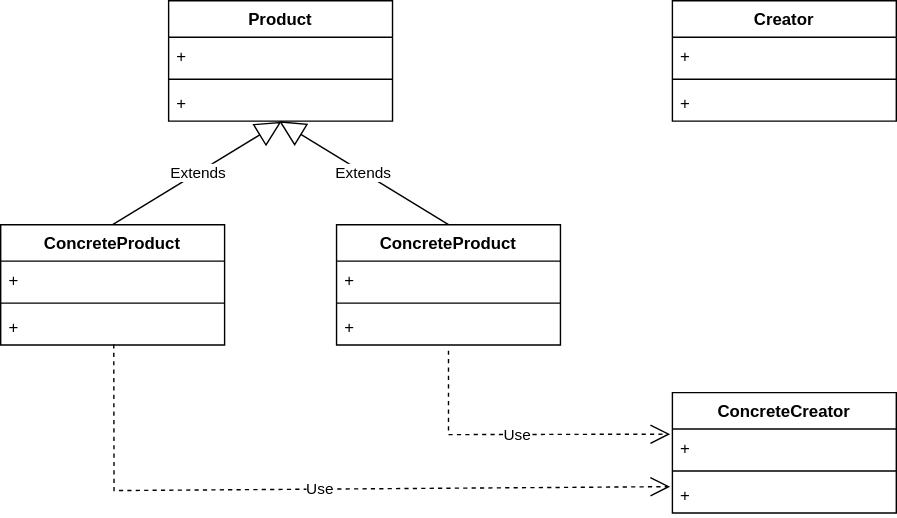
Earlier version of the draw.io export app/src/main/resources/factory_method/FactoryMethod_ClassDiagram.drawio.svg (jongHyeon0000/DesignPattern-example). Source tidied: cells renumbered, new cells last; positions are measured from the earlier drawing's top-left corner, leaving out a move shared by most shapes.
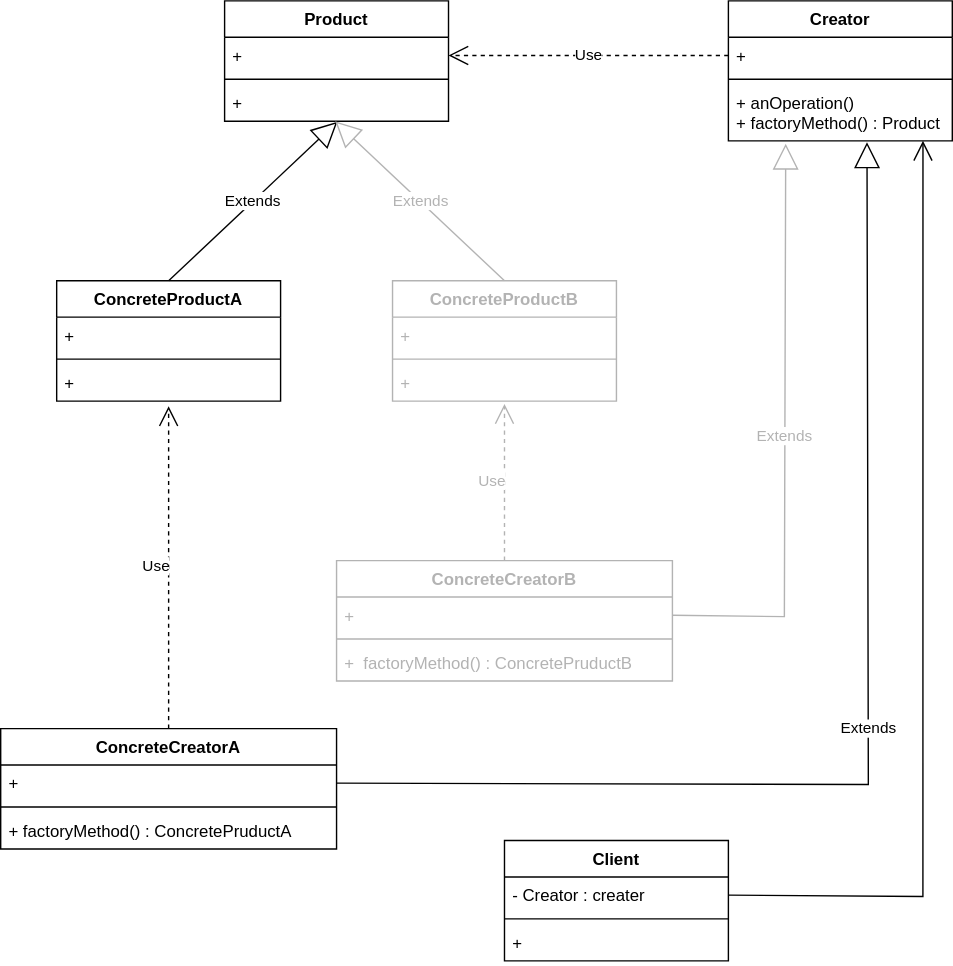
Later version of the same file.

Change to the diagram source:
```diff
@@ -3,7 +3,7 @@
     <mxCell id="0" />
     <mxCell id="1" parent="0" />
     <mxCell id="2" value="Product" style="swimlane;fontStyle=1;align=center;verticalAlign=top;horizontal=1;startSize=26;" parent="1" vertex="1">
-      <mxGeometry x="120" width="160" height="86" as="geometry" />
+      <mxGeometry x="120" y="-40" width="160" height="86" as="geometry" />
     </mxCell>
     <mxCell id="3" value="+ " style="text;strokeColor=none;fillColor=none;align=left;verticalAlign=top;spacingLeft=4;spacingRight=4;overflow=hidden;points=[[0,0.5],[1,0.5]];portConstraint=eastwest;" parent="2" vertex="1">
       <mxGeometry y="26" width="160" height="26" as="geometry" />
@@ -14,7 +14,7 @@
     <mxCell id="5" value="+&#10;" style="text;strokeColor=none;fillColor=none;align=left;verticalAlign=top;spacingLeft=4;spacingRight=4;overflow=hidden;points=[[0,0.5],[1,0.5]];portConstraint=eastwest;" parent="2" vertex="1">
       <mxGeometry y="60" width="160" height="26" as="geometry" />
     </mxCell>
-    <mxCell id="6" value="ConcreteProduct" style="swimlane;fontStyle=1;align=center;verticalAlign=top;horizontal=1;startSize=26;" parent="1" vertex="1">
+    <mxCell id="6" value="ConcreteProductA" style="swimlane;fontStyle=1;align=center;verticalAlign=top;horizontal=1;startSize=26;" parent="1" vertex="1">
       <mxGeometry y="160" width="160" height="86" as="geometry" />
     </mxCell>
     <mxCell id="7" value="+ " style="text;strokeColor=none;fillColor=none;align=left;verticalAlign=top;spacingLeft=4;spacingRight=4;overflow=hidden;" parent="6" vertex="1">
@@ -30,7 +30,7 @@
       <mxGeometry relative="1" as="geometry" />
     </mxCell>
     <mxCell id="11" value="Creator" style="swimlane;fontStyle=1;align=center;verticalAlign=top;horizontal=1;startSize=26;" parent="1" vertex="1">
-      <mxGeometry x="480" width="160" height="86" as="geometry" />
+      <mxGeometry x="480" y="-40" width="160" height="100" as="geometry" />
     </mxCell>
     <mxCell id="12" value="+ " style="text;strokeColor=none;fillColor=none;align=left;verticalAlign=top;spacingLeft=4;spacingRight=4;overflow=hidden;points=[[0,0.5],[1,0.5]];portConstraint=eastwest;" parent="11" vertex="1">
       <mxGeometry y="26" width="160" height="26" as="geometry" />
@@ -38,50 +38,89 @@
     <mxCell id="13" style="line;strokeWidth=1;fillColor=none;align=left;verticalAlign=middle;spacingTop=-1;spacingLeft=3;spacingRight=3;labelPosition=right;" parent="11" vertex="1">
       <mxGeometry y="52" width="160" height="8" as="geometry" />
     </mxCell>
-    <mxCell id="14" value="+&#10;" style="text;strokeColor=none;fillColor=none;align=left;verticalAlign=top;spacingLeft=4;spacingRight=4;overflow=hidden;points=[[0,0.5],[1,0.5]];portConstraint=eastwest;" parent="11" vertex="1">
-      <mxGeometry y="60" width="160" height="26" as="geometry" />
+    <mxCell id="14" value="+ anOperation()&#10;+ factoryMethod() : Product" style="text;strokeColor=none;fillColor=none;align=left;verticalAlign=top;spacingLeft=4;spacingRight=4;overflow=hidden;points=[[0,0.5],[1,0.5]];portConstraint=eastwest;" parent="11" vertex="1">
+      <mxGeometry y="60" width="160" height="40" as="geometry" />
     </mxCell>
-    <mxCell id="15" value="ConcreteCreator" style="swimlane;fontStyle=1;align=center;verticalAlign=top;horizontal=1;startSize=26;" parent="1" vertex="1">
-      <mxGeometry x="480" y="280" width="160" height="86" as="geometry" />
-    </mxCell>
-    <mxCell id="16" value="+ " style="text;strokeColor=none;fillColor=none;align=left;verticalAlign=top;spacingLeft=4;spacingRight=4;overflow=hidden;points=[[0,0.5],[1,0.5]];portConstraint=eastwest;" parent="15" vertex="1">
-      <mxGeometry y="26" width="160" height="26" as="geometry" />
-    </mxCell>
-    <mxCell id="17" style="line;strokeWidth=1;fillColor=none;align=left;verticalAlign=middle;spacingTop=-1;spacingLeft=3;spacingRight=3;labelPosition=right;" parent="15" vertex="1">
-      <mxGeometry y="52" width="160" height="8" as="geometry" />
-    </mxCell>
-    <mxCell id="18" value="+&#10;" style="text;strokeColor=none;fillColor=none;align=left;verticalAlign=top;spacingLeft=4;spacingRight=4;overflow=hidden;points=[[0,0.5],[1,0.5]];portConstraint=eastwest;" parent="15" vertex="1">
-      <mxGeometry y="60" width="160" height="26" as="geometry" />
-    </mxCell>
-    <mxCell id="19" value="ConcreteProduct" style="swimlane;fontStyle=1;align=center;verticalAlign=top;horizontal=1;startSize=26;" parent="1" vertex="1">
+    <mxCell id="19" value="ConcreteProductB" style="swimlane;fontStyle=1;align=center;verticalAlign=top;horizontal=1;startSize=26;shadow=0;swimlaneLine=1;fillOpacity=100;strokeColor=#B3B3B3;fontColor=#B3B3B3;" parent="1" vertex="1">
       <mxGeometry x="240" y="160" width="160" height="86" as="geometry" />
     </mxCell>
-    <mxCell id="20" value="+ " style="text;strokeColor=none;fillColor=none;align=left;verticalAlign=top;spacingLeft=4;spacingRight=4;overflow=hidden;" parent="19" vertex="1">
+    <mxCell id="20" value="+ " style="text;strokeColor=none;fillColor=none;align=left;verticalAlign=top;spacingLeft=4;spacingRight=4;overflow=hidden;fontColor=#B3B3B3;" parent="19" vertex="1">
       <mxGeometry y="26" width="160" height="26" as="geometry" />
     </mxCell>
-    <mxCell id="21" style="line;strokeWidth=1;fillColor=none;align=left;verticalAlign=middle;spacingTop=-1;spacingLeft=3;spacingRight=3;labelPosition=right;" parent="19" vertex="1">
+    <mxCell id="21" style="line;strokeWidth=1;fillColor=none;align=left;verticalAlign=middle;spacingTop=-1;spacingLeft=3;spacingRight=3;labelPosition=right;fontColor=#B3B3B3;strokeColor=#B3B3B3;" parent="19" vertex="1">
       <mxGeometry y="52" width="160" height="8" as="geometry" />
     </mxCell>
-    <mxCell id="22" value="+&#10;" style="text;strokeColor=none;fillColor=none;align=left;verticalAlign=top;spacingLeft=4;spacingRight=4;overflow=hidden;points=[[0,0.5],[1,0.5]];portConstraint=eastwest;" parent="19" vertex="1">
+    <mxCell id="22" value="+&#10;" style="text;strokeColor=none;fillColor=none;align=left;verticalAlign=top;spacingLeft=4;spacingRight=4;overflow=hidden;points=[[0,0.5],[1,0.5]];portConstraint=eastwest;fontColor=#B3B3B3;" parent="19" vertex="1">
       <mxGeometry y="60" width="160" height="26" as="geometry" />
     </mxCell>
-    <mxCell id="23" value="Extends" style="endArrow=block;endSize=16;endFill=0;html=1;rounded=0;exitX=0.5;exitY=0;exitDx=0;exitDy=0;entryX=0.494;entryY=1;entryDx=0;entryDy=0;entryPerimeter=0;" parent="1" edge="1" source="19" target="5">
+    <mxCell id="23" value="Extends" style="endArrow=block;endSize=16;endFill=0;html=1;rounded=0;exitX=0.5;exitY=0;exitDx=0;exitDy=0;entryX=0.494;entryY=1;entryDx=0;entryDy=0;entryPerimeter=0;shadow=0;swimlaneLine=1;fillOpacity=100;strokeColor=#B3B3B3;fontColor=#B3B3B3;" parent="1" edge="1" source="19" target="5">
       <mxGeometry relative="1" as="geometry" />
     </mxCell>
-    <mxCell id="24" value="Use" style="endArrow=open;endSize=12;dashed=1;html=1;rounded=0;exitX=0.505;exitY=0.981;exitDx=0;exitDy=0;exitPerimeter=0;entryX=-0.01;entryY=0.276;entryDx=0;entryDy=0;entryPerimeter=0;" parent="1" edge="1" source="9" target="18">
-      <mxGeometry relative="1" as="geometry">
-        <Array as="points">
-          <mxPoint x="81" y="350" />
-        </Array>
-      </mxGeometry>
+    <mxCell id="24" value="Use" style="endArrow=open;endSize=12;dashed=1;html=1;rounded=0;entryX=0.5;entryY=1.141;entryDx=0;entryDy=0;entryPerimeter=0;startArrow=none;exitX=0.5;exitY=0;exitDx=0;exitDy=0;" parent="1" edge="1" source="15" target="9">
+      <mxGeometry x="0.01" y="9" relative="1" as="geometry" />
     </mxCell>
-    <mxCell id="25" value="Use" style="endArrow=open;endSize=12;dashed=1;html=1;rounded=0;entryX=-0.01;entryY=0.141;entryDx=0;entryDy=0;entryPerimeter=0;" parent="1" edge="1" target="16">
-      <mxGeometry relative="1" as="geometry">
-        <mxPoint x="320" y="250" as="sourcePoint" />
-        <Array as="points">
-          <mxPoint x="320" y="310" />
-        </Array>
-      </mxGeometry>
-    </mxCell>
+    <mxCell id="26" value="Use" style="endArrow=open;endSize=12;dashed=1;html=1;rounded=0;entryX=1;entryY=0.5;entryDx=0;entryDy=0;exitX=0;exitY=0.5;exitDx=0;exitDy=0;" parent="1" edge="1" source="12" target="3">
+      <mxGeometry relative="1" as="geometry" />
+    </mxCell>
+    <mxCell id="27" value="Extends" style="endArrow=block;endSize=16;endFill=0;html=1;rounded=0;exitX=1;exitY=0.5;exitDx=0;exitDy=0;entryX=0.256;entryY=1.05;entryDx=0;entryDy=0;entryPerimeter=0;shadow=0;swimlaneLine=1;fillOpacity=100;strokeColor=#B3B3B3;fontColor=#B3B3B3;" parent="1" edge="1" source="29" target="14">
+      <mxGeometry relative="1" as="geometry">
+        <Array as="points">
+          <mxPoint x="520" y="400" />
+        </Array>
+      </mxGeometry>
+    </mxCell>
+    <mxCell id="15" value="ConcreteCreatorA" style="swimlane;fontStyle=1;align=center;verticalAlign=top;horizontal=1;startSize=26;" parent="1" vertex="1">
+      <mxGeometry x="-40" y="480" width="240" height="86" as="geometry" />
+    </mxCell>
+    <mxCell id="16" value="+ " style="text;strokeColor=none;fillColor=none;align=left;verticalAlign=top;spacingLeft=4;spacingRight=4;overflow=hidden;points=[[0,0.5],[1,0.5]];portConstraint=eastwest;" parent="15" vertex="1">
+      <mxGeometry y="26" width="240" height="26" as="geometry" />
+    </mxCell>
+    <mxCell id="17" style="line;strokeWidth=1;fillColor=none;align=left;verticalAlign=middle;spacingTop=-1;spacingLeft=3;spacingRight=3;labelPosition=right;" parent="15" vertex="1">
+      <mxGeometry y="52" width="240" height="8" as="geometry" />
+    </mxCell>
+    <mxCell id="18" value="+ factoryMethod() : ConcretePruductA&#10;" style="text;strokeColor=none;fillColor=none;align=left;verticalAlign=top;spacingLeft=4;spacingRight=4;overflow=hidden;points=[[0,0.5],[1,0.5]];portConstraint=eastwest;" parent="15" vertex="1">
+      <mxGeometry y="60" width="240" height="26" as="geometry" />
+    </mxCell>
+    <mxCell id="28" value="ConcreteCreatorB" style="swimlane;fontStyle=1;align=center;verticalAlign=top;horizontal=1;startSize=26;shadow=0;swimlaneLine=1;fillOpacity=100;strokeColor=#B3B3B3;fontColor=#B3B3B3;" parent="1" vertex="1">
+      <mxGeometry x="200" y="360" width="240" height="86" as="geometry" />
+    </mxCell>
+    <mxCell id="29" value="+ " style="text;strokeColor=none;fillColor=none;align=left;verticalAlign=top;spacingLeft=4;spacingRight=4;overflow=hidden;points=[[0,0.5],[1,0.5]];portConstraint=eastwest;fontColor=#B3B3B3;" parent="28" vertex="1">
+      <mxGeometry y="26" width="240" height="26" as="geometry" />
+    </mxCell>
+    <mxCell id="30" style="line;strokeWidth=1;fillColor=none;align=left;verticalAlign=middle;spacingTop=-1;spacingLeft=3;spacingRight=3;labelPosition=right;fontColor=#B3B3B3;strokeColor=#B3B3B3;" parent="28" vertex="1">
+      <mxGeometry y="52" width="240" height="8" as="geometry" />
+    </mxCell>
+    <mxCell id="31" value="+  factoryMethod() : ConcretePruductB&#10;" style="text;strokeColor=none;fillColor=none;align=left;verticalAlign=top;spacingLeft=4;spacingRight=4;overflow=hidden;fontColor=#B3B3B3;" parent="28" vertex="1">
+      <mxGeometry y="60" width="240" height="26" as="geometry" />
+    </mxCell>
+    <mxCell id="32" value="Use" style="endArrow=open;endSize=12;dashed=1;html=1;rounded=0;entryX=0.5;entryY=1.077;entryDx=0;entryDy=0;entryPerimeter=0;startArrow=none;exitX=0.5;exitY=0;exitDx=0;exitDy=0;shadow=0;swimlaneLine=1;fillOpacity=100;strokeColor=#B3B3B3;fontColor=#B3B3B3;" parent="1" edge="1" source="28" target="22">
+      <mxGeometry x="0.01" y="9" relative="1" as="geometry" />
+    </mxCell>
+    <mxCell id="33" value="Extends" style="endArrow=block;endSize=16;endFill=0;html=1;rounded=0;exitX=1;exitY=0.5;exitDx=0;exitDy=0;entryX=0.619;entryY=1.025;entryDx=0;entryDy=0;entryPerimeter=0;" parent="1" edge="1" source="16" target="14">
+      <mxGeometry relative="1" as="geometry">
+        <Array as="points">
+          <mxPoint x="580" y="520" />
+        </Array>
+      </mxGeometry>
+    </mxCell>
+    <mxCell id="34" style="endArrow=open;endFill=1;endSize=12;html=1;rounded=0;entryX=0.869;entryY=1;entryDx=0;entryDy=0;entryPerimeter=0;exitX=1;exitY=0.5;exitDx=0;exitDy=0;" parent="1" edge="1" source="36" target="14">
+      <mxGeometry relative="1" as="geometry">
+        <Array as="points">
+          <mxPoint x="619" y="600" />
+        </Array>
+      </mxGeometry>
+    </mxCell>
+    <mxCell id="35" value="Client" style="swimlane;fontStyle=1;align=center;verticalAlign=top;horizontal=1;startSize=26;" parent="1" vertex="1">
+      <mxGeometry x="320" y="560" width="160" height="86" as="geometry" />
+    </mxCell>
+    <mxCell id="36" value="- Creator : creater" style="text;strokeColor=none;fillColor=none;align=left;verticalAlign=top;spacingLeft=4;spacingRight=4;overflow=hidden;points=[[0,0.5],[1,0.5]];portConstraint=eastwest;" parent="35" vertex="1">
+      <mxGeometry y="26" width="160" height="26" as="geometry" />
+    </mxCell>
+    <mxCell id="37" style="line;strokeWidth=1;fillColor=none;align=left;verticalAlign=middle;spacingTop=-1;spacingLeft=3;spacingRight=3;labelPosition=right;" parent="35" vertex="1">
+      <mxGeometry y="52" width="160" height="8" as="geometry" />
+    </mxCell>
+    <mxCell id="38" value="+&#10;" style="text;strokeColor=none;fillColor=none;align=left;verticalAlign=top;spacingLeft=4;spacingRight=4;overflow=hidden;" parent="35" vertex="1">
+      <mxGeometry y="60" width="160" height="26" as="geometry" />
+    </mxCell>
   </root>
 </mxGraphModel>
```
